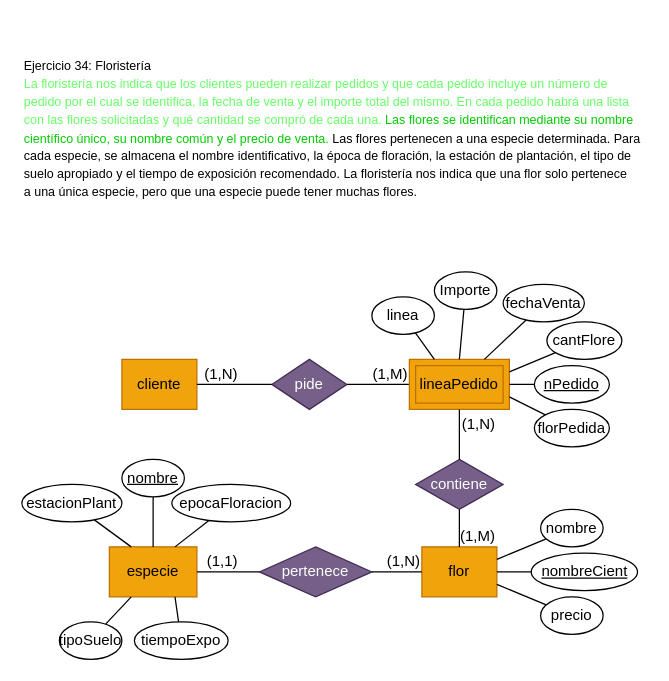
Neixxl/BaseDeDatos keeps this draw.io diagram as RelacionEjercicios5/Ejercicio34.drawio. Above is the earlier version. Source tidied: cells renumbered, new cells numbered last; positions are measured from the earlier drawing's top-left corner, leaving out a move shared by most shapes. Both pictures are drawn from the tidied source at 125%, with x=0, y=0 at pixel (21, 21).
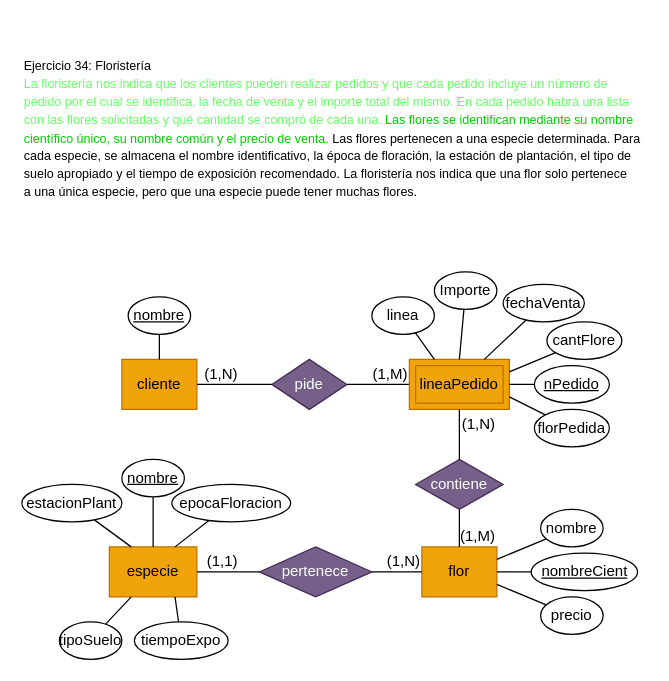
Above is the later version.

The change refers to these unchanged cells:
```xml
<mxCell id="3" value="cliente" style="whiteSpace=wrap;html=1;align=center;fillColor=#f0a30a;strokeColor=#BD7000;fontColor=#000000;" parent="1" vertex="1">
  <mxGeometry x="80" y="270" width="60" height="40" as="geometry" />
</mxCell>
```

What changed in the source:
```diff
@@
+    <mxCell id="50" style="endArrow=none;html=1;rounded=0;exitX=0.5;exitY=0;exitDx=0;exitDy=0;" parent="1" edge="1" source="3" target="51">
+      <mxGeometry relative="1" as="geometry" />
+    </mxCell>
+    <mxCell id="51" value="&lt;u&gt;nombre&lt;/u&gt;" style="ellipse;whiteSpace=wrap;html=1;align=center;" parent="1" vertex="1">
+      <mxGeometry x="85" y="220" width="50" height="30" as="geometry" />
+    </mxCell>
```
